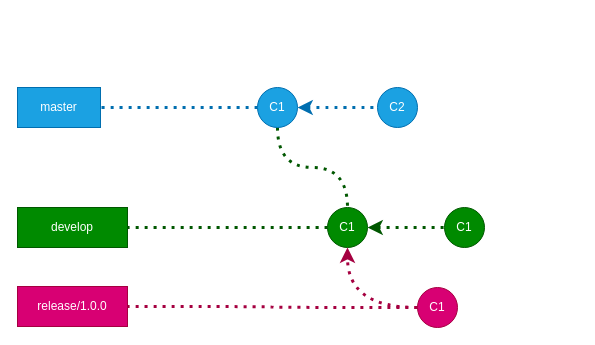
This is Untitled Diagram.drawio from salmen/gitflowdiagram, a draw.io file, before an edit. Source tidied: cells renumbered, new cells numbered last; positions are measured from the earlier drawing's top-left corner, leaving out a move shared by most shapes. Both pictures are drawn from the tidied source at 100%, with x=0, y=0 at pixel (17, 87).
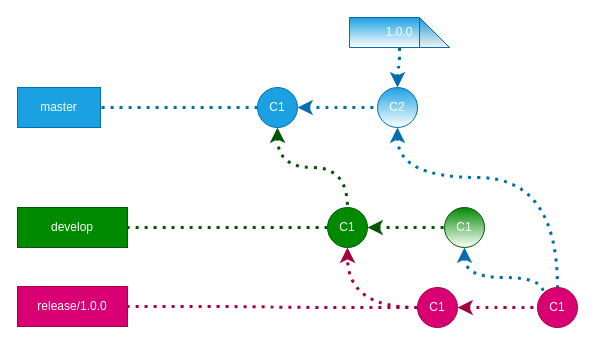
After the change.

Unchanged cells that the change refers to:
```xml
<mxCell id="5" value="C1" style="ellipse;whiteSpace=wrap;html=1;fillColor=#1ba1e2;strokeColor=#006EAF;fontColor=#ffffff;" parent="1" vertex="1">
  <mxGeometry x="240" width="40" height="40" as="geometry" />
</mxCell>
<mxCell id="9" value="C1" style="ellipse;whiteSpace=wrap;html=1;fillColor=#008a00;strokeColor=#005700;fontColor=#ffffff;" parent="1" vertex="1">
  <mxGeometry x="310" y="120" width="40" height="40" as="geometry" />
</mxCell>
<mxCell id="15" value="C1" style="ellipse;whiteSpace=wrap;html=1;fillColor=#d80073;strokeColor=#A50040;fontColor=#ffffff;" parent="1" vertex="1">
  <mxGeometry x="400" y="200" width="40" height="40" as="geometry" />
</mxCell>
```

Diff of the diagram source:
```diff
@@
-    <mxCell id="4" style="edgeStyle=orthogonalEdgeStyle;rounded=0;jettySize=auto;html=1;dashed=1;dashPattern=1 2;startArrow=none;startFill=0;endArrow=none;endFill=0;strokeColor=#005700;strokeWidth=3;curved=1;fillColor=#008a00;" parent="1" edge="1" source="5" target="9">
+    <mxCell id="4" style="edgeStyle=orthogonalEdgeStyle;rounded=0;jettySize=auto;html=1;dashed=1;dashPattern=1 2;startArrow=classic;startFill=1;endArrow=none;endFill=0;strokeColor=#005700;strokeWidth=3;curved=1;fillColor=#008a00;" parent="1" edge="1" source="5" target="9">
       <mxGeometry relative="1" as="geometry">
         <Array as="points">
           <mxPoint x="260" y="80" />
           <mxPoint x="330" y="80" />
         </Array>
       </mxGeometry>
     </mxCell>
@@
+    <mxCell id="17" style="edgeStyle=orthogonalEdgeStyle;rounded=0;jettySize=auto;html=1;exitX=0.5;exitY=1;exitDx=0;exitDy=0;entryX=0.5;entryY=0;entryDx=0;entryDy=0;dashed=1;dashPattern=1 2;startArrow=classic;startFill=1;endArrow=none;endFill=0;strokeColor=#006EAF;strokeWidth=3;curved=1;" parent="1" edge="1" source="6" target="21">
+      <mxGeometry relative="1" as="geometry">
+        <Array as="points">
+          <mxPoint x="380" y="90" />
+          <mxPoint x="540" y="90" />
+        </Array>
+      </mxGeometry>
+    </mxCell>
+    <mxCell id="18" style="edgeStyle=orthogonalEdgeStyle;curved=1;rounded=0;jettySize=auto;html=1;dashed=1;dashPattern=1 2;startArrow=classic;startFill=1;endArrow=none;endFill=0;strokeColor=#006EAF;strokeWidth=3;" parent="1" edge="1" source="6" target="22">
+      <mxGeometry relative="1" as="geometry" />
+    </mxCell>
-    <mxCell id="6" value="C2" style="ellipse;whiteSpace=wrap;html=1;fillColor=#1ba1e2;strokeColor=#006EAF;fontColor=#ffffff;" parent="1" vertex="1">
+    <mxCell id="6" value="C2" style="ellipse;whiteSpace=wrap;html=1;fillColor=#1ba1e2;strokeColor=#006EAF;fontColor=#ffffff;gradientColor=#ffffff;" parent="1" vertex="1">
       <mxGeometry x="360" width="40" height="40" as="geometry" />
     </mxCell>
@@
+    <mxCell id="19" style="edgeStyle=orthogonalEdgeStyle;rounded=0;jettySize=auto;html=1;exitX=0.5;exitY=1;exitDx=0;exitDy=0;entryX=0;entryY=0;entryDx=0;entryDy=0;dashed=1;dashPattern=1 2;startArrow=classic;startFill=1;endArrow=none;endFill=0;strokeColor=#006EAF;strokeWidth=3;curved=1;" parent="1" edge="1" source="10" target="21">
+      <mxGeometry relative="1" as="geometry">
+        <Array as="points">
+          <mxPoint x="447" y="190" />
+          <mxPoint x="526" y="190" />
+        </Array>
+      </mxGeometry>
+    </mxCell>
-    <mxCell id="10" value="C1" style="ellipse;whiteSpace=wrap;html=1;fillColor=#008a00;strokeColor=#005700;fontColor=#ffffff;" parent="1" vertex="1">
+    <mxCell id="10" value="C1" style="ellipse;whiteSpace=wrap;html=1;fillColor=#008a00;strokeColor=#005700;fontColor=#ffffff;gradientColor=#ffffff;" parent="1" vertex="1">
       <mxGeometry x="427" y="120" width="40" height="40" as="geometry" />
     </mxCell>
@@
+    <mxCell id="20" style="edgeStyle=orthogonalEdgeStyle;curved=1;rounded=0;jettySize=auto;html=1;dashed=1;dashPattern=1 2;startArrow=classic;startFill=1;endArrow=none;endFill=0;strokeColor=#A50040;strokeWidth=3;fillColor=#d80073;" parent="1" edge="1" source="15" target="21">
+      <mxGeometry relative="1" as="geometry" />
+    </mxCell>
@@
+    <mxCell id="21" value="C1" style="ellipse;whiteSpace=wrap;html=1;fillColor=#d80073;strokeColor=#A50040;fontColor=#ffffff;" parent="1" vertex="1">
+      <mxGeometry x="520" y="200" width="40" height="40" as="geometry" />
+    </mxCell>
+    <mxCell id="22" value="1.0.0" style="shape=note;whiteSpace=wrap;html=1;backgroundOutline=1;darkOpacity=0.05;fontColor=#ffffff;strokeColor=#006EAF;fillColor=#1ba1e2;gradientColor=#ffffff;" parent="1" vertex="1">
+      <mxGeometry x="332" y="-70" width="100" height="30" as="geometry" />
+    </mxCell>
```
